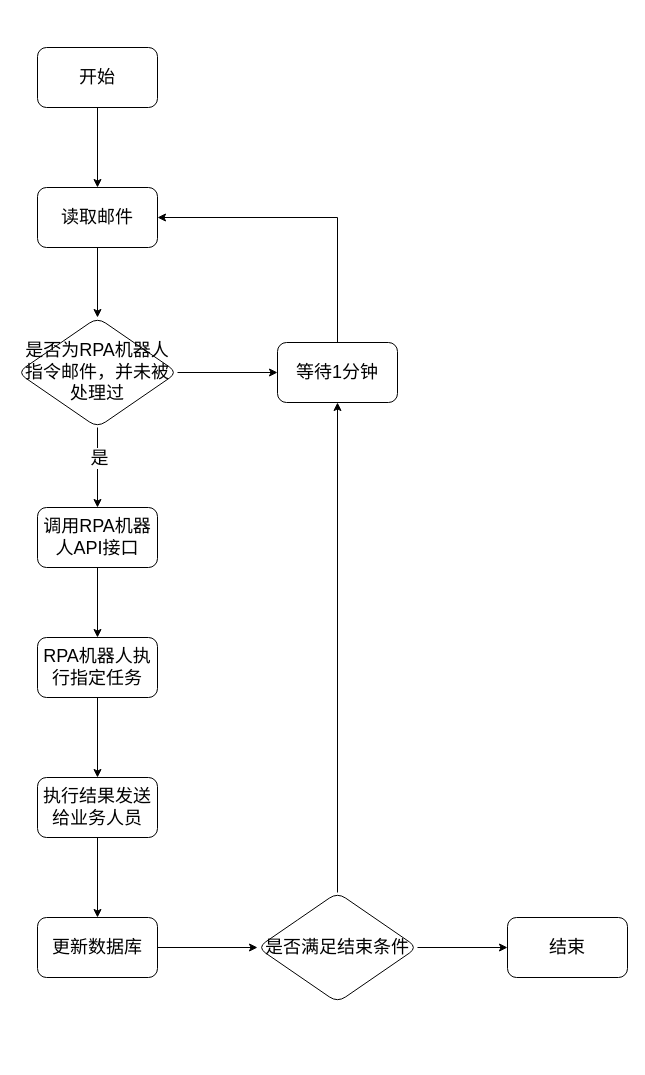
This is 远程启动RPA.drawio from YJZhang421/bj19, a draw.io file, before an edit. Source tidied: cells renumbered, new cells numbered last; positions are measured from the earlier drawing's top-left corner, leaving out a move shared by most shapes. Both pictures are drawn from the tidied source at 100%, with x=0, y=0 at pixel (17, 47).
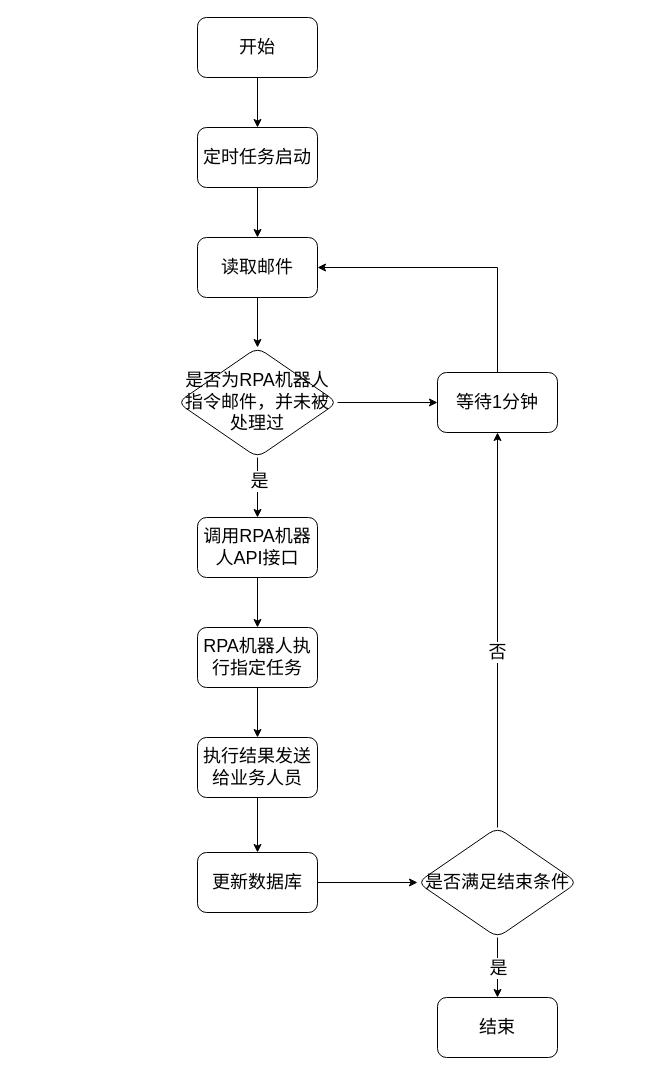
The same page after the edit.

Commit message (it also covers changes not shown here):
更新远程启动RPA.drawio

Unchanged cells that the change refers to:
```xml
<mxCell id="20" style="edgeStyle=orthogonalEdgeStyle;rounded=0;jettySize=auto;html=1;fontSize=18;" parent="1" edge="1" source="22" target="13">
  <mxGeometry relative="1" as="geometry" />
</mxCell>
<mxCell id="21" style="edgeStyle=orthogonalEdgeStyle;rounded=0;jettySize=auto;html=1;fontSize=18;" parent="1" edge="1" source="22" target="23">
  <mxGeometry relative="1" as="geometry" />
</mxCell>
```

The edit, as a diff of the source:
```diff
@@
-    <mxCell id="2" style="edgeStyle=orthogonalEdgeStyle;rounded=0;jettySize=auto;html=1;fontSize=18;" parent="1" edge="1" source="3" target="5">
-      <mxGeometry relative="1" as="geometry" />
-    </mxCell>
+    <mxCell id="24" style="edgeStyle=orthogonalEdgeStyle;rounded=0;jettySize=auto;html=1;fontSize=18;" parent="1" edge="1" source="3" target="28">
+      <mxGeometry relative="1" as="geometry" />
+    </mxCell>
     <mxCell id="3" value="&lt;font style=&quot;font-size: 18px;&quot;&gt;开始&lt;/font&gt;" style="rounded=1;whiteSpace=wrap;html=1;fontSize=18;" parent="1" vertex="1">
-      <mxGeometry x="20" width="120" height="60" as="geometry" />
+      <mxGeometry x="180" y="-30" width="120" height="60" as="geometry" />
     </mxCell>
@@
     <mxCell id="5" value="&lt;span style=&quot;font-size: 18px;&quot;&gt;读取邮件&lt;/span&gt;" style="rounded=1;whiteSpace=wrap;html=1;fontSize=18;" parent="1" vertex="1">
-      <mxGeometry x="20" y="140" width="120" height="60" as="geometry" />
+      <mxGeometry x="180" y="190" width="120" height="60" as="geometry" />
     </mxCell>
@@
     <mxCell id="9" value="&lt;font style=&quot;font-size: 18px;&quot;&gt;是否为RPA机器人指令邮件，并未被处理过&lt;/font&gt;" style="rhombus;whiteSpace=wrap;html=1;rounded=1;fontSize=18;" parent="1" vertex="1">
-      <mxGeometry y="270" width="160" height="110" as="geometry" />
+      <mxGeometry x="160" y="300" width="160" height="110" as="geometry" />
     </mxCell>
@@
     <mxCell id="11" value="调用RPA机器人API接口" style="whiteSpace=wrap;html=1;rounded=1;fontSize=18;" parent="1" vertex="1">
-      <mxGeometry x="20" y="460" width="120" height="60" as="geometry" />
+      <mxGeometry x="180" y="470" width="120" height="60" as="geometry" />
     </mxCell>
     <mxCell id="12" style="edgeStyle=orthogonalEdgeStyle;rounded=0;jettySize=auto;html=1;entryX=1;entryY=0.5;entryDx=0;entryDy=0;fontSize=18;" parent="1" edge="1" source="13" target="5">
       <mxGeometry relative="1" as="geometry">
         <Array as="points">
-          <mxPoint x="320" y="170" />
+          <mxPoint x="480" y="220" />
         </Array>
       </mxGeometry>
     </mxCell>
     <mxCell id="13" value="等待1分钟" style="whiteSpace=wrap;html=1;fontSize=18;rounded=1;" parent="1" vertex="1">
-      <mxGeometry x="260" y="295" width="120" height="60" as="geometry" />
+      <mxGeometry x="420" y="325" width="120" height="60" as="geometry" />
     </mxCell>
@@
     <mxCell id="15" value="RPA机器人执行指定任务" style="whiteSpace=wrap;html=1;rounded=1;fontSize=18;" parent="1" vertex="1">
-      <mxGeometry x="20" y="590" width="120" height="60" as="geometry" />
+      <mxGeometry x="180" y="580" width="120" height="60" as="geometry" />
     </mxCell>
@@
     <mxCell id="17" value="执行结果发送给业务人员" style="whiteSpace=wrap;html=1;rounded=1;fontSize=18;" parent="1" vertex="1">
-      <mxGeometry x="20" y="730" width="120" height="60" as="geometry" />
+      <mxGeometry x="180" y="690" width="120" height="60" as="geometry" />
     </mxCell>
@@
     <mxCell id="19" value="更新数据库" style="whiteSpace=wrap;html=1;rounded=1;fontSize=18;" parent="1" vertex="1">
-      <mxGeometry x="20" y="870" width="120" height="60" as="geometry" />
+      <mxGeometry x="180" y="805" width="120" height="60" as="geometry" />
     </mxCell>
@@
+    <mxCell id="25" value="否" style="edgeLabel;html=1;align=center;verticalAlign=middle;fontSize=18;" parent="20" vertex="1">
+      <mxGeometry x="-0.11" y="1" relative="1" as="geometry" />
+    </mxCell>
@@
+    <mxCell id="26" value="是" style="edgeLabel;html=1;align=center;verticalAlign=middle;fontSize=18;" parent="21" vertex="1">
+      <mxGeometry x="0.22" relative="1" as="geometry">
+        <mxPoint y="-7" as="offset" />
+      </mxGeometry>
+    </mxCell>
     <mxCell id="22" value="&lt;font style=&quot;font-size: 18px;&quot;&gt;是否满足结束条件&lt;/font&gt;" style="rhombus;whiteSpace=wrap;html=1;rounded=1;fontSize=18;" parent="1" vertex="1">
-      <mxGeometry x="240" y="845" width="160" height="110" as="geometry" />
+      <mxGeometry x="400" y="780" width="160" height="110" as="geometry" />
     </mxCell>
     <mxCell id="23" value="结束" style="whiteSpace=wrap;html=1;fontSize=18;rounded=1;" parent="1" vertex="1">
-      <mxGeometry x="490" y="870" width="120" height="60" as="geometry" />
+      <mxGeometry x="420" y="950" width="120" height="60" as="geometry" />
     </mxCell>
+    <mxCell id="27" style="edgeStyle=orthogonalEdgeStyle;rounded=0;jettySize=auto;html=1;fontSize=18;" parent="1" edge="1" source="28" target="5">
+      <mxGeometry relative="1" as="geometry" />
+    </mxCell>
+    <mxCell id="28" value="&lt;font style=&quot;font-size: 18px;&quot;&gt;定时任务启动&lt;/font&gt;" style="rounded=1;whiteSpace=wrap;html=1;fontSize=18;" parent="1" vertex="1">
+      <mxGeometry x="180" y="80" width="120" height="60" as="geometry" />
+    </mxCell>
```
